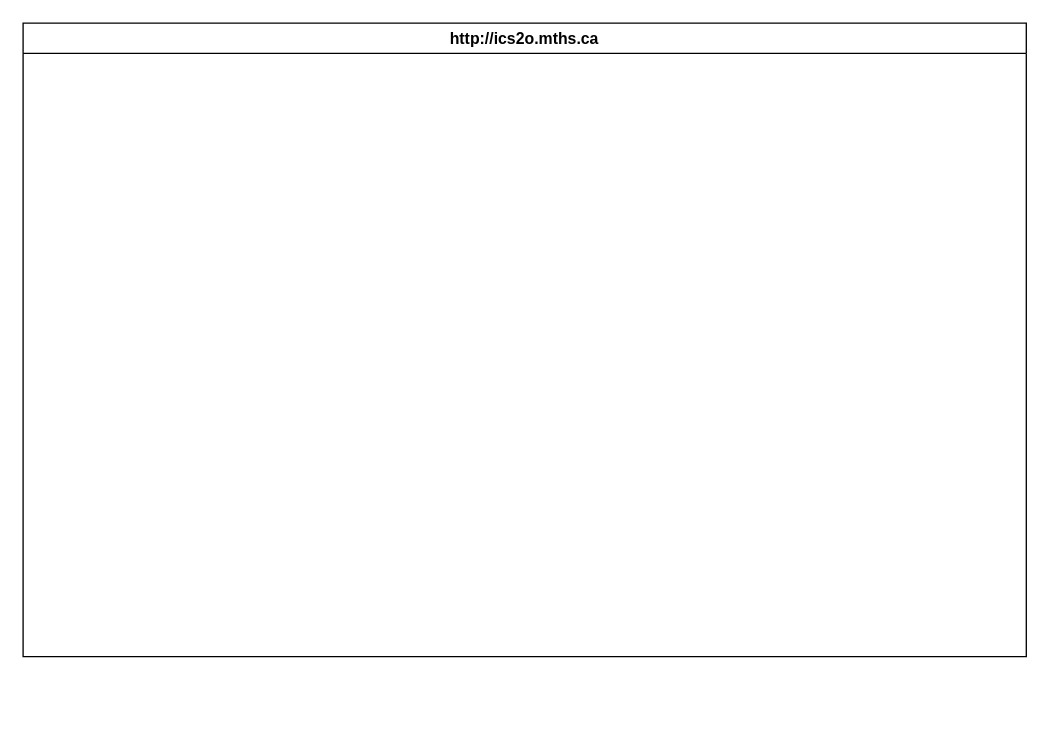
MTHS-ICD2O-1-2023/ICD2O-Unit-3-04-fetuha-gebremekeal keeps this draw.io diagram as design/storyboard.drawio. Above is the earlier version. Source tidied: cells renumbered, new cells numbered last; positions are measured from the earlier drawing's top-left corner, leaving out a move shared by most shapes. Both pictures are drawn from the tidied source at 132%, with x=0, y=0 at pixel (22, 22).
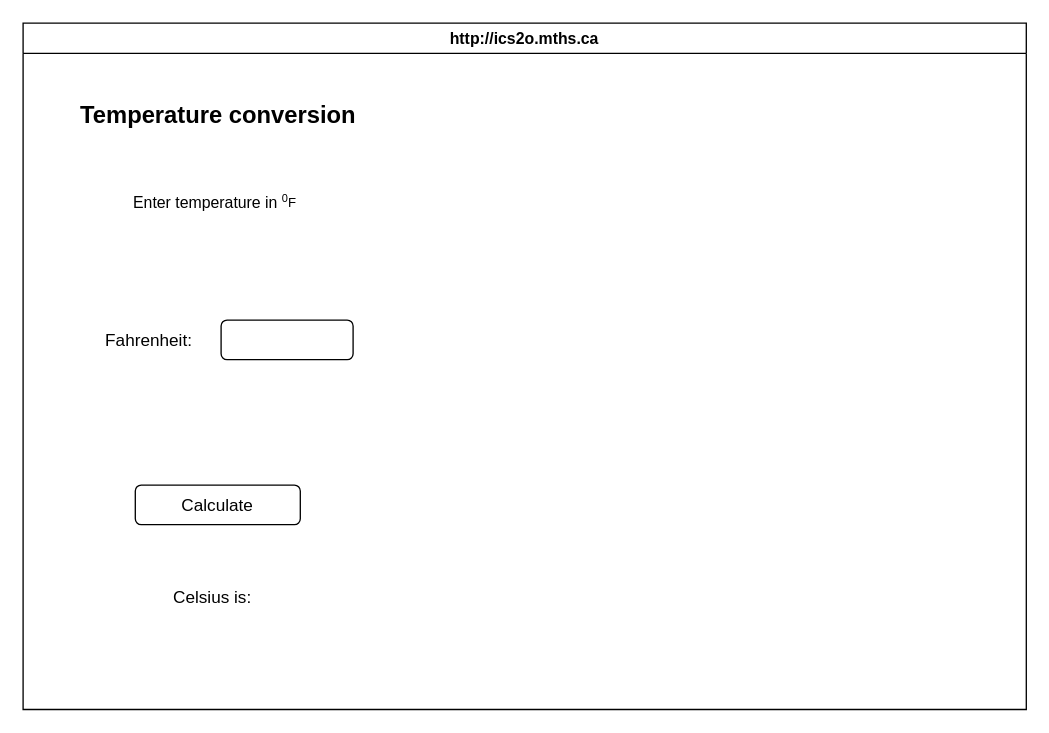
After the change.

The edit, as a diff of the source:
```diff
@@
 <mxGraphModel>
   <root>
     <mxCell id="0" />
     <mxCell id="1" parent="0" />
     <mxCell id="2" value="http://ics2o.mths.ca" style="swimlane;whiteSpace=wrap;html=1;" parent="1" vertex="1">
-      <mxGeometry width="760" height="480" as="geometry" />
+      <mxGeometry width="760" height="520" as="geometry" />
     </mxCell>
+    <mxCell id="3" value="&lt;h2&gt;Temperature conversion&amp;nbsp;&lt;/h2&gt;" style="text;html=1;align=center;verticalAlign=middle;strokeColor=none;fillColor=none;" parent="2" vertex="1">
+      <mxGeometry x="30" y="40" width="240" height="60" as="geometry" />
+    </mxCell>
+    <mxCell id="4" value="Enter temperature in &lt;font size=&quot;1&quot;&gt;&lt;sup&gt;0&lt;/sup&gt;F&lt;/font&gt;" style="text;html=1;align=center;verticalAlign=middle;strokeColor=none;fillColor=none;" parent="2" vertex="1">
+      <mxGeometry x="70" y="120" width="150" height="30" as="geometry" />
+    </mxCell>
+    <mxCell id="5" style="rounded=1;whiteSpace=wrap;html=1;fontSize=13;" parent="2" vertex="1">
+      <mxGeometry x="150" y="225" width="100" height="30" as="geometry" />
+    </mxCell>
+    <mxCell id="6" value="Fahrenheit:" style="text;html=1;align=center;verticalAlign=middle;strokeColor=none;fillColor=none;fontSize=13;" parent="2" vertex="1">
+      <mxGeometry x="50" y="225" width="90" height="30" as="geometry" />
+    </mxCell>
+    <mxCell id="7" value="Calculate" style="rounded=1;whiteSpace=wrap;html=1;fontSize=13;" parent="2" vertex="1">
+      <mxGeometry x="85" y="350" width="125" height="30" as="geometry" />
+    </mxCell>
+    <mxCell id="8" value="Celsius is:&amp;nbsp;" style="text;html=1;align=center;verticalAlign=middle;strokeColor=none;fillColor=none;fontSize=13;" parent="2" vertex="1">
+      <mxGeometry x="100" y="420" width="90" height="30" as="geometry" />
+    </mxCell>
   </root>
 </mxGraphModel>
```
